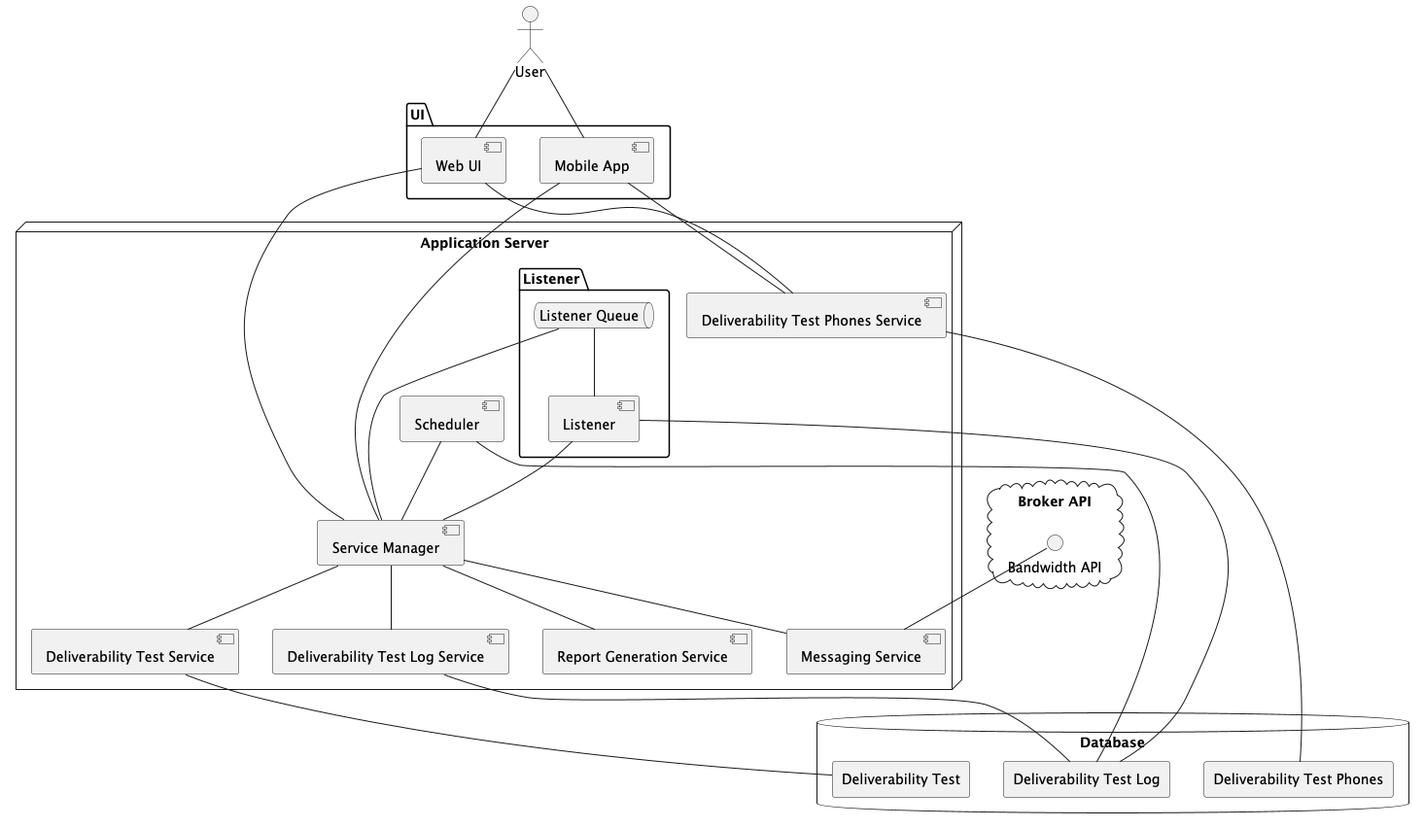
This is exported_images/microservices-component-diagram.png from Xyz0074/testing-diagrams, a PlantUML export, as it was before one commit.
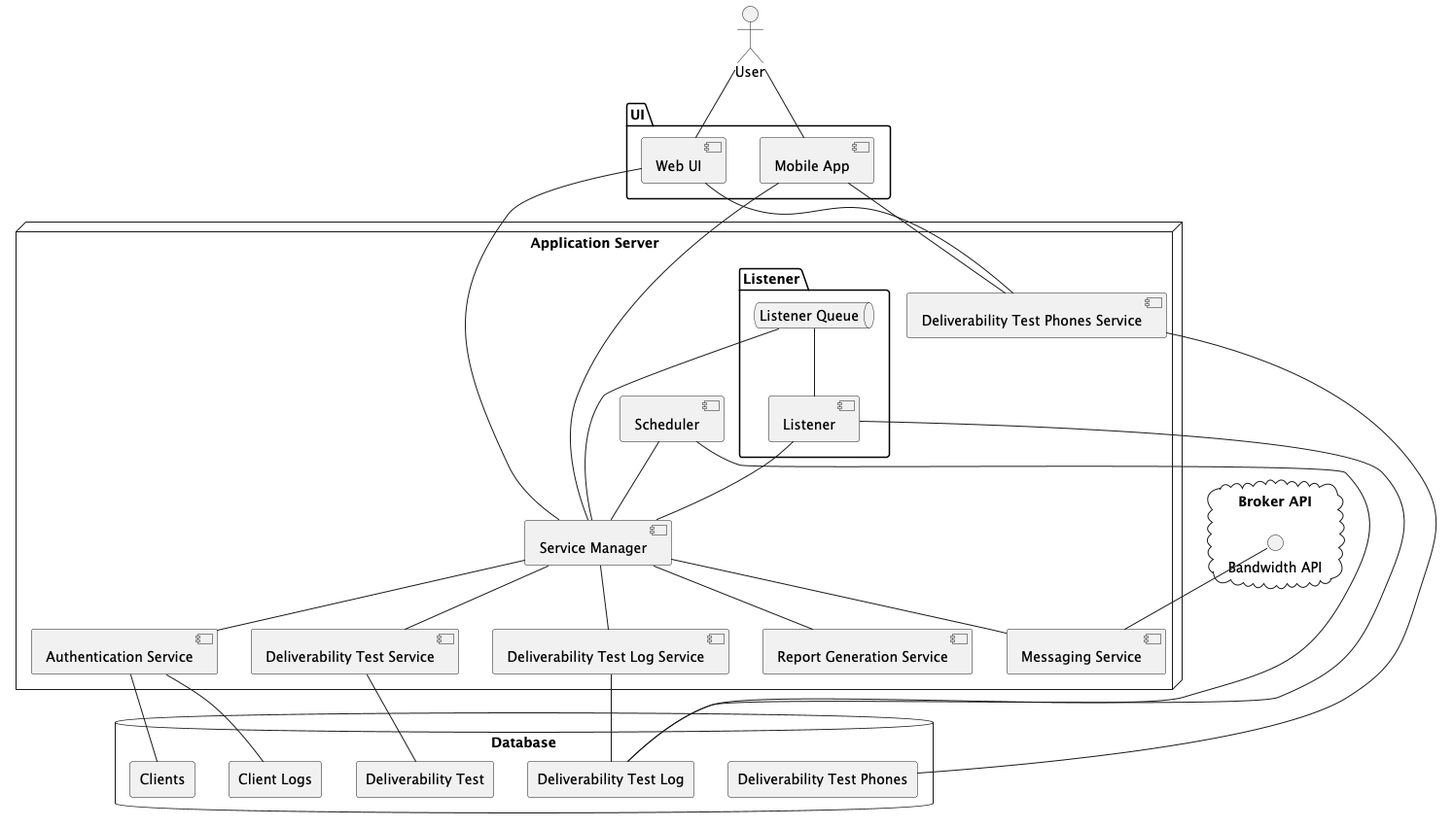
Above is the later version.

What changed in the source:
```diff
@@ -21,6 +21,7 @@
     component "Report Generation Service" as rg_service
     component "Scheduler" as scheduler
     component "Messaging Service" as messenger
+    component "Authentication Service" as auth
 }
 
 cloud "Broker API" {
@@ -32,6 +33,8 @@
     component "Deliverability Test Log" as dtl
     component "Deliverability Test" as dt
     component "Deliverability Test Phones" as dtp
+    component "Clients" as clients
+    component "Client Logs" as cl
     skinparam componentStyle uml2
 }
 
@@ -50,12 +53,15 @@
 service_manager -- rg_service
 scheduler -- service_manager
 service_manager -- messenger
+service_manager -- auth
 
 listener -- dtl
 scheduler -- dtl
 dtp_service -- dtp
 dtl_service -- dtl
 dt_service -- dt
+auth -- clients
+auth -- cl
 
 bandwidth -- messenger
 @enduml
```
